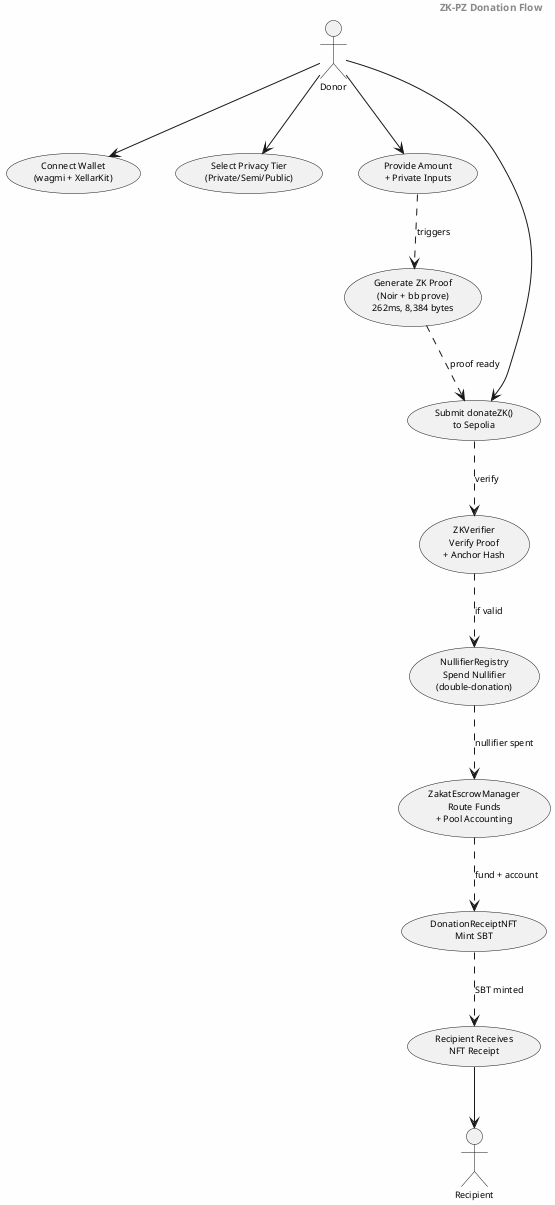
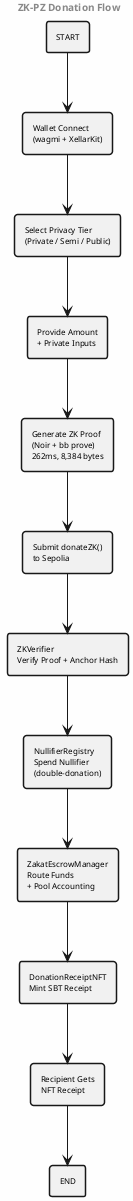
@startuml
skinparam backgroundColor #FEFEFE
skinparam shadowing false
- skinparam defaultFontName Arial
- skinparam defaultFontSize 9
- skinparam usecasePadding 2
+ skinparam defaultFontName Times-Roman
+ skinparam defaultFontSize 8
+ skinparam rectangleBorderThickness 1.5

header <b>ZK-PZ Donation Flow</b>

- actor Donor
- actor Recipient
+ rectangle "START" as START
+ rectangle "Wallet Connect\n(wagmi + XellarKit)" as WC
+ rectangle "Select Privacy Tier\n(Private / Semi / Public)" as TIER
+ rectangle "Provide Amount\n+ Private Inputs" as INPUT
+ rectangle "Generate ZK Proof\n(Noir + bb prove)\n262ms, 8,384 bytes" as PROOF
+ rectangle "Submit donateZK()\nto Sepolia" as TX
+ rectangle "ZKVerifier\nVerify Proof + Anchor Hash" as VERIFY
+ rectangle "NullifierRegistry\nSpend Nullifier\n(double-donation)" as NULL
+ rectangle "ZakatEscrowManager\nRoute Funds\n+ Pool Accounting" as ESCROW
+ rectangle "DonationReceiptNFT\nMint SBT Receipt" as MINT
+ rectangle "Recipient Gets\nNFT Receipt" as RECIP
+ rectangle "END" as END

- usecase UC1 as "Connect Wallet\n(wagmi + XellarKit)"
- usecase UC2 as "Select Privacy Tier\n(Private/Semi/Public)"
- usecase UC3 as "Provide Amount\n+ Private Inputs"
- usecase UC4 as "Generate ZK Proof\n(Noir + bb prove)\n262ms, 8,384 bytes"
- usecase UC5 as "Submit donateZK()\nto Sepolia"
- usecase UC6 as "ZKVerifier\nVerify Proof\n+ Anchor Hash"
- usecase UC7 as "NullifierRegistry\nSpend Nullifier\n(double-donation)"
- usecase UC8 as "ZakatEscrowManager\nRoute Funds\n+ Pool Accounting"
- usecase UC9 as "DonationReceiptNFT\nMint SBT"
- usecase UC10 as "Recipient Receives\nNFT Receipt"
- 
- Donor --> UC1
- Donor --> UC2
- Donor --> UC3
- UC3 ..> UC4 : triggers
- UC4 ..> UC5 : proof ready
- Donor --> UC5
- UC5 ..> UC6 : verify
- UC6 ..> UC7 : if valid
- UC7 ..> UC8 : nullifier spent
- UC8 ..> UC9 : fund + account
- UC9 ..> UC10 : SBT minted
- UC10 --> Recipient
+ START -down-> WC
+ WC -down-> TIER
+ TIER -down-> INPUT
+ INPUT -down-> PROOF
+ PROOF -down-> TX
+ TX -down-> VERIFY
+ VERIFY -down-> NULL
+ NULL -down-> ESCROW
+ ESCROW -down-> MINT
+ MINT -down-> RECIP
+ RECIP -down-> END

@enduml
